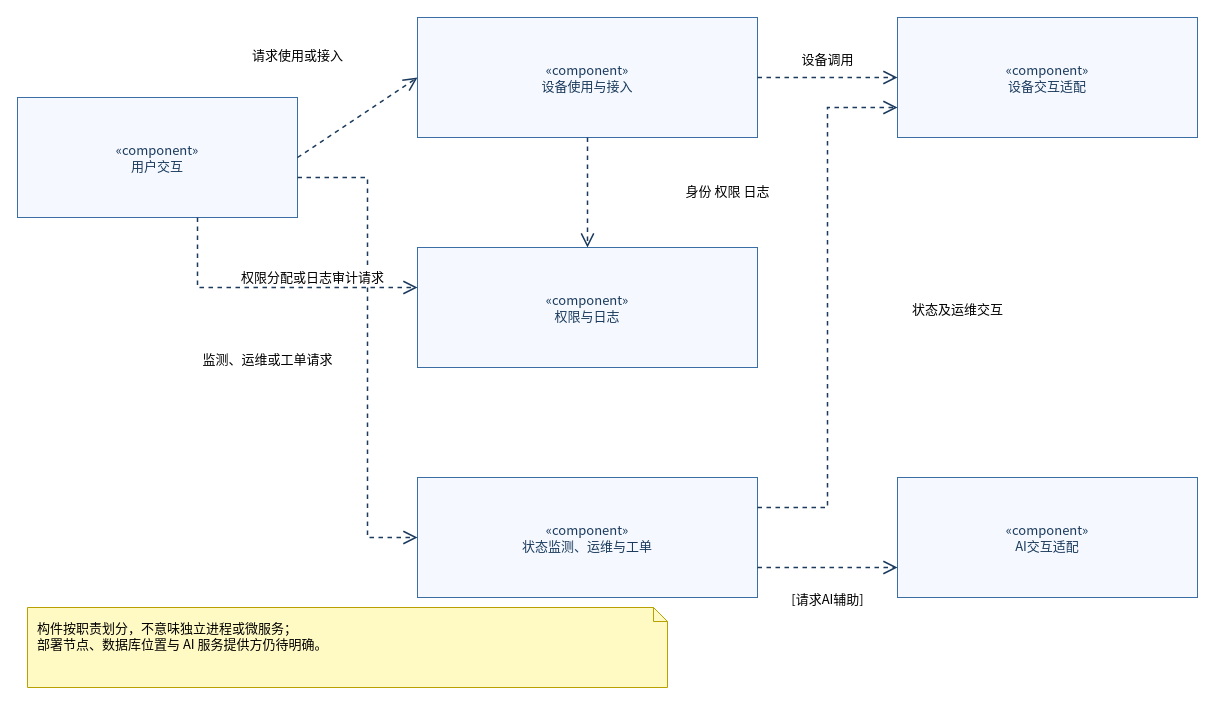
The draw.io diagram docs/models/component.drawio in Uncookedboots456/labDevices, before the edit. Source tidied: cells renumbered, new cells numbered last; positions are measured from the earlier drawing's top-left corner, leaving out a move shared by most shapes. Both pictures are drawn from the tidied source at 100%, with x=0, y=0 at pixel (17, 17).
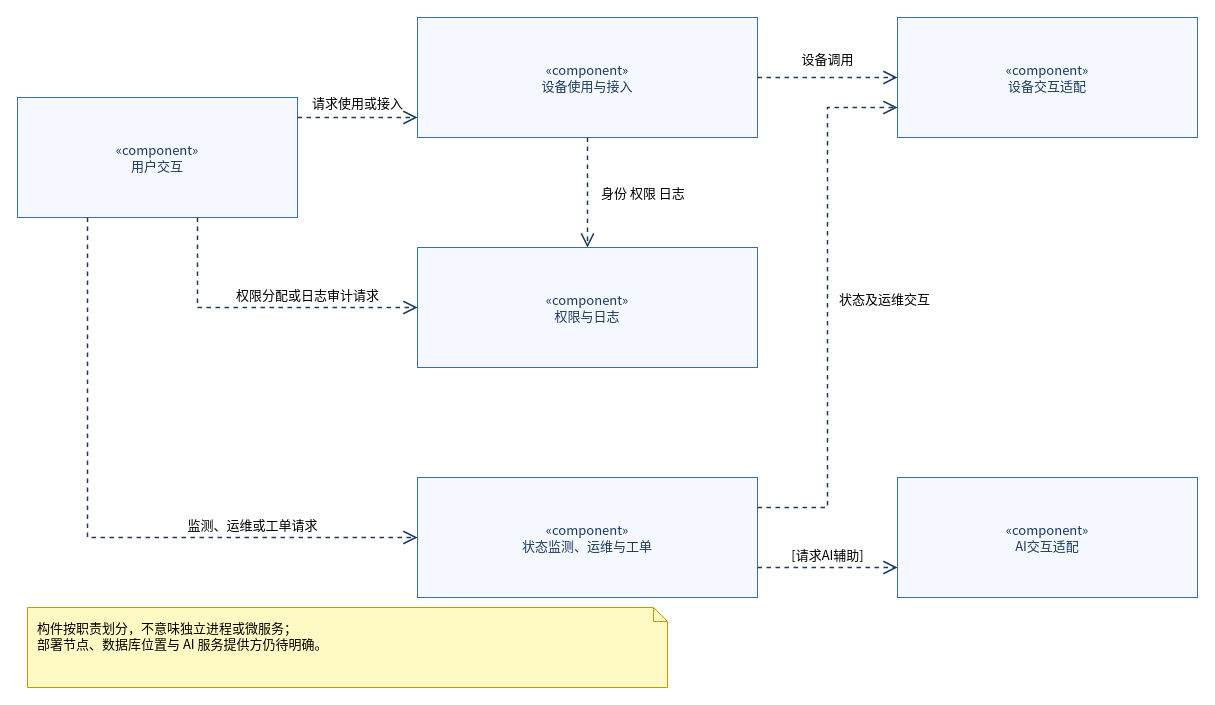
Above is the later version.

The change refers to these unchanged cells:
```xml
<mxCell id="2" value="«component»&#10;用户交互" style="rounded=0;whiteSpace=wrap;html=1;fillColor=#F5F9FF;strokeColor=#3A6EA5;fontColor=#1B3A5C;fontFamily=Noto Sans CJK SC;fontSize=13;" parent="1" vertex="1">
  <mxGeometry y="80" width="280" height="120" as="geometry" />
</mxCell>
<mxCell id="3" value="«component»&#10;设备使用与接入" style="rounded=0;whiteSpace=wrap;html=1;fillColor=#F5F9FF;strokeColor=#3A6EA5;fontColor=#1B3A5C;fontFamily=Noto Sans CJK SC;fontSize=13;" parent="1" vertex="1">
  <mxGeometry x="400" width="340" height="120" as="geometry" />
</mxCell>
<mxCell id="4" value="«component»&#10;权限与日志" style="rounded=0;whiteSpace=wrap;html=1;fillColor=#F5F9FF;strokeColor=#3A6EA5;fontColor=#1B3A5C;fontFamily=Noto Sans CJK SC;fontSize=13;" parent="1" vertex="1">
  <mxGeometry x="400" y="230" width="340" height="120" as="geometry" />
</mxCell>
<mxCell id="5" value="«component»&#10;状态监测、运维与工单" style="rounded=0;whiteSpace=wrap;html=1;fillColor=#F5F9FF;strokeColor=#3A6EA5;fontColor=#1B3A5C;fontFamily=Noto Sans CJK SC;fontSize=13;" parent="1" vertex="1">
  <mxGeometry x="400" y="460" width="340" height="120" as="geometry" />
</mxCell>
```

The edit, as a diff of the source:
```diff
@@
-    <mxCell id="8" style="dashed=1;endArrow=open;endSize=11;html=1;rounded=0;strokeColor=#1B3A5C;strokeWidth=1.5;fontFamily=Noto Sans CJK SC;fontSize=13;exitX=1;exitY=0.5;exitDx=0;exitDy=0;exitPerimeter=0;entryX=0;entryY=0.5;entryDx=0;entryDy=0;entryPerimeter=0;" parent="1" edge="1" source="2" target="3">
+    <mxCell id="8" style="dashed=1;endArrow=open;endSize=11;html=1;rounded=0;strokeColor=#1B3A5C;strokeWidth=1.5;fontFamily=Noto Sans CJK SC;fontSize=13;exitX=1;exitY=0.1667;exitDx=0;exitDy=0;exitPerimeter=0;entryX=0;entryY=0.8333;entryDx=0;entryDy=0;entryPerimeter=0;" parent="1" edge="1" source="2" target="3">
       <mxGeometry relative="1" as="geometry" />
     </mxCell>
     <mxCell id="9" value="请求使用或接入" style="text;html=1;align=center;verticalAlign=middle;labelBackgroundColor=#FFFFFF;fontFamily=Noto Sans CJK SC;fontSize=13;" parent="1" vertex="1">
-      <mxGeometry x="170" y="26" width="220" height="22" as="geometry" />
+      <mxGeometry x="280" y="74" width="120" height="22" as="geometry" />
     </mxCell>
-    <mxCell id="10" style="dashed=1;endArrow=open;endSize=11;html=1;rounded=0;strokeColor=#1B3A5C;strokeWidth=1.5;fontFamily=Noto Sans CJK SC;fontSize=13;exitX=1;exitY=0.6667;exitDx=0;exitDy=0;exitPerimeter=0;entryX=0;entryY=0.5;entryDx=0;entryDy=0;entryPerimeter=0;" parent="1" edge="1" source="2" target="5">
+    <mxCell id="10" style="dashed=1;endArrow=open;endSize=11;html=1;rounded=0;strokeColor=#1B3A5C;strokeWidth=1.5;fontFamily=Noto Sans CJK SC;fontSize=13;exitX=0.25;exitY=1;exitDx=0;exitDy=0;exitPerimeter=0;entryX=0;entryY=0.5;entryDx=0;entryDy=0;entryPerimeter=0;" parent="1" edge="1" source="2" target="5">
       <mxGeometry relative="1" as="geometry">
         <Array as="points">
-          <mxPoint x="350" y="160" />
-          <mxPoint x="350" y="520" />
+          <mxPoint x="70" y="520" />
         </Array>
       </mxGeometry>
     </mxCell>
     <mxCell id="11" value="监测、运维或工单请求" style="text;html=1;align=center;verticalAlign=middle;labelBackgroundColor=#FFFFFF;fontFamily=Noto Sans CJK SC;fontSize=13;" parent="1" vertex="1">
-      <mxGeometry x="130" y="330" width="240" height="22" as="geometry" />
+      <mxGeometry x="135" y="496" width="200" height="22" as="geometry" />
     </mxCell>
@@
-    <mxCell id="13" value="身份 权限 日志" style="text;html=1;align=center;verticalAlign=middle;labelBackgroundColor=#FFFFFF;fontFamily=Noto Sans CJK SC;fontSize=13;" parent="1" vertex="1">
-      <mxGeometry x="610" y="162" width="200" height="22" as="geometry" />
+    <mxCell id="13" value="身份 权限 日志" style="text;html=1;align=left;verticalAlign=middle;labelBackgroundColor=#FFFFFF;fontFamily=Noto Sans CJK SC;fontSize=13;" parent="1" vertex="1">
+      <mxGeometry x="582" y="164" width="140" height="22" as="geometry" />
     </mxCell>
-    <mxCell id="14" style="dashed=1;endArrow=open;endSize=11;html=1;rounded=0;strokeColor=#1B3A5C;strokeWidth=1.5;fontFamily=Noto Sans CJK SC;fontSize=13;exitX=0.6429;exitY=1;exitDx=0;exitDy=0;exitPerimeter=0;entryX=0;entryY=0.3333;entryDx=0;entryDy=0;entryPerimeter=0;" parent="1" edge="1" source="2" target="4">
+    <mxCell id="14" style="dashed=1;endArrow=open;endSize=11;html=1;rounded=0;strokeColor=#1B3A5C;strokeWidth=1.5;fontFamily=Noto Sans CJK SC;fontSize=13;exitX=0.6429;exitY=1;exitDx=0;exitDy=0;exitPerimeter=0;entryX=0;entryY=0.5;entryDx=0;entryDy=0;entryPerimeter=0;" parent="1" edge="1" source="2" target="4">
       <mxGeometry relative="1" as="geometry">
         <Array as="points">
-          <mxPoint x="180" y="270" />
+          <mxPoint x="180" y="290" />
         </Array>
       </mxGeometry>
     </mxCell>
     <mxCell id="15" value="权限分配或日志审计请求" style="text;html=1;align=center;verticalAlign=middle;labelBackgroundColor=#FFFFFF;fontFamily=Noto Sans CJK SC;fontSize=13;" parent="1" vertex="1">
-      <mxGeometry x="175" y="248" width="240" height="22" as="geometry" />
+      <mxGeometry x="180" y="266" width="220" height="22" as="geometry" />
     </mxCell>
@@
-    <mxCell id="19" value="状态及运维交互" style="text;html=1;align=center;verticalAlign=middle;labelBackgroundColor=#FFFFFF;fontFamily=Noto Sans CJK SC;fontSize=13;" parent="1" vertex="1">
-      <mxGeometry x="830" y="280" width="220" height="22" as="geometry" />
+    <mxCell id="19" value="状态及运维交互" style="text;html=1;align=left;verticalAlign=middle;labelBackgroundColor=#FFFFFF;fontFamily=Noto Sans CJK SC;fontSize=13;" parent="1" vertex="1">
+      <mxGeometry x="820" y="270" width="140" height="22" as="geometry" />
     </mxCell>
@@
     <mxCell id="21" value="[请求AI辅助]" style="text;html=1;align=center;verticalAlign=middle;labelBackgroundColor=#FFFFFF;fontFamily=Noto Sans CJK SC;fontSize=13;" parent="1" vertex="1">
-      <mxGeometry x="710" y="570" width="200" height="22" as="geometry" />
+      <mxGeometry x="740" y="526" width="140" height="22" as="geometry" />
     </mxCell>
```
